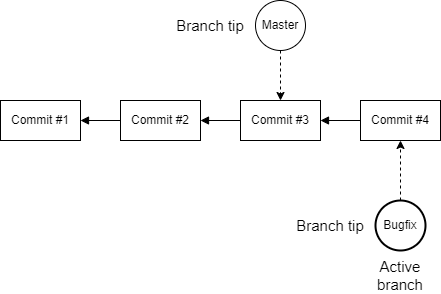
braboj/tutorial-git keeps this draw.io diagram as Assets/images/git-branch-overview.png. Above is the earlier version. Source tidied: cells renumbered, new cells last; positions are measured from the earlier drawing's top-left corner, leaving out a move shared by most shapes.
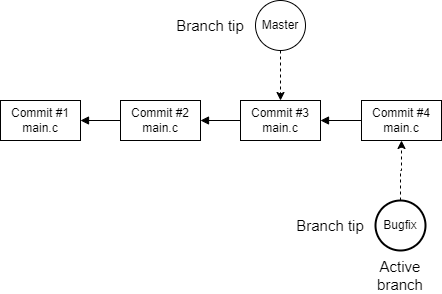
After the change.

Change to the diagram source:
```diff
@@ -5,19 +5,19 @@
     <mxCell id="2" style="edgeStyle=orthogonalEdgeStyle;rounded=0;jettySize=auto;html=1;entryX=0;entryY=0.5;entryDx=0;entryDy=0;startArrow=block;startFill=1;endArrow=none;endFill=0;" parent="1" edge="1" source="3" target="5">
       <mxGeometry relative="1" as="geometry" />
     </mxCell>
-    <mxCell id="3" value="Commit #1" style="rounded=0;whiteSpace=wrap;html=1;" parent="1" vertex="1">
+    <mxCell id="3" value="Commit #1&lt;br&gt;main.c" style="rounded=0;whiteSpace=wrap;html=1;" parent="1" vertex="1">
       <mxGeometry y="100" width="80" height="40" as="geometry" />
     </mxCell>
     <mxCell id="4" style="edgeStyle=orthogonalEdgeStyle;rounded=0;jettySize=auto;html=1;startArrow=block;startFill=1;endArrow=none;endFill=0;" parent="1" edge="1" source="5" target="7">
       <mxGeometry relative="1" as="geometry" />
     </mxCell>
-    <mxCell id="5" value="Commit #2" style="rounded=0;whiteSpace=wrap;html=1;" parent="1" vertex="1">
+    <mxCell id="5" value="Commit #2&lt;br&gt;main.c" style="rounded=0;whiteSpace=wrap;html=1;" parent="1" vertex="1">
       <mxGeometry x="120" y="100" width="80" height="40" as="geometry" />
     </mxCell>
     <mxCell id="6" style="edgeStyle=orthogonalEdgeStyle;rounded=0;jettySize=auto;html=1;entryX=0;entryY=0.5;entryDx=0;entryDy=0;startArrow=block;startFill=1;endArrow=none;endFill=0;" parent="1" edge="1" source="7" target="10">
       <mxGeometry relative="1" as="geometry" />
     </mxCell>
-    <mxCell id="7" value="Commit #3" style="rounded=0;whiteSpace=wrap;html=1;" parent="1" vertex="1">
+    <mxCell id="7" value="Commit #3&lt;br&gt;main.c" style="rounded=0;whiteSpace=wrap;html=1;" parent="1" vertex="1">
       <mxGeometry x="240" y="100" width="80" height="40" as="geometry" />
     </mxCell>
     <mxCell id="8" style="edgeStyle=orthogonalEdgeStyle;rounded=0;jettySize=auto;html=1;entryX=0.5;entryY=0;entryDx=0;entryDy=0;dashed=1;" parent="1" edge="1" source="9" target="7">
@@ -26,8 +26,8 @@
     <mxCell id="9" value="Master" style="ellipse;whiteSpace=wrap;html=1;" parent="1" vertex="1">
       <mxGeometry x="255" width="50" height="50" as="geometry" />
     </mxCell>
-    <mxCell id="10" value="Commit #4" style="rounded=0;whiteSpace=wrap;html=1;" parent="1" vertex="1">
-      <mxGeometry x="360" y="100" width="80" height="40" as="geometry" />
+    <mxCell id="10" value="Commit #4&lt;br&gt;main.c" style="rounded=0;whiteSpace=wrap;html=1;" parent="1" vertex="1">
+      <mxGeometry x="361" y="100" width="80" height="40" as="geometry" />
     </mxCell>
     <mxCell id="11" style="edgeStyle=orthogonalEdgeStyle;rounded=0;jettySize=auto;html=1;entryX=0.5;entryY=1;entryDx=0;entryDy=0;dashed=1;" parent="1" edge="1" source="12" target="10">
       <mxGeometry relative="1" as="geometry" />
```
